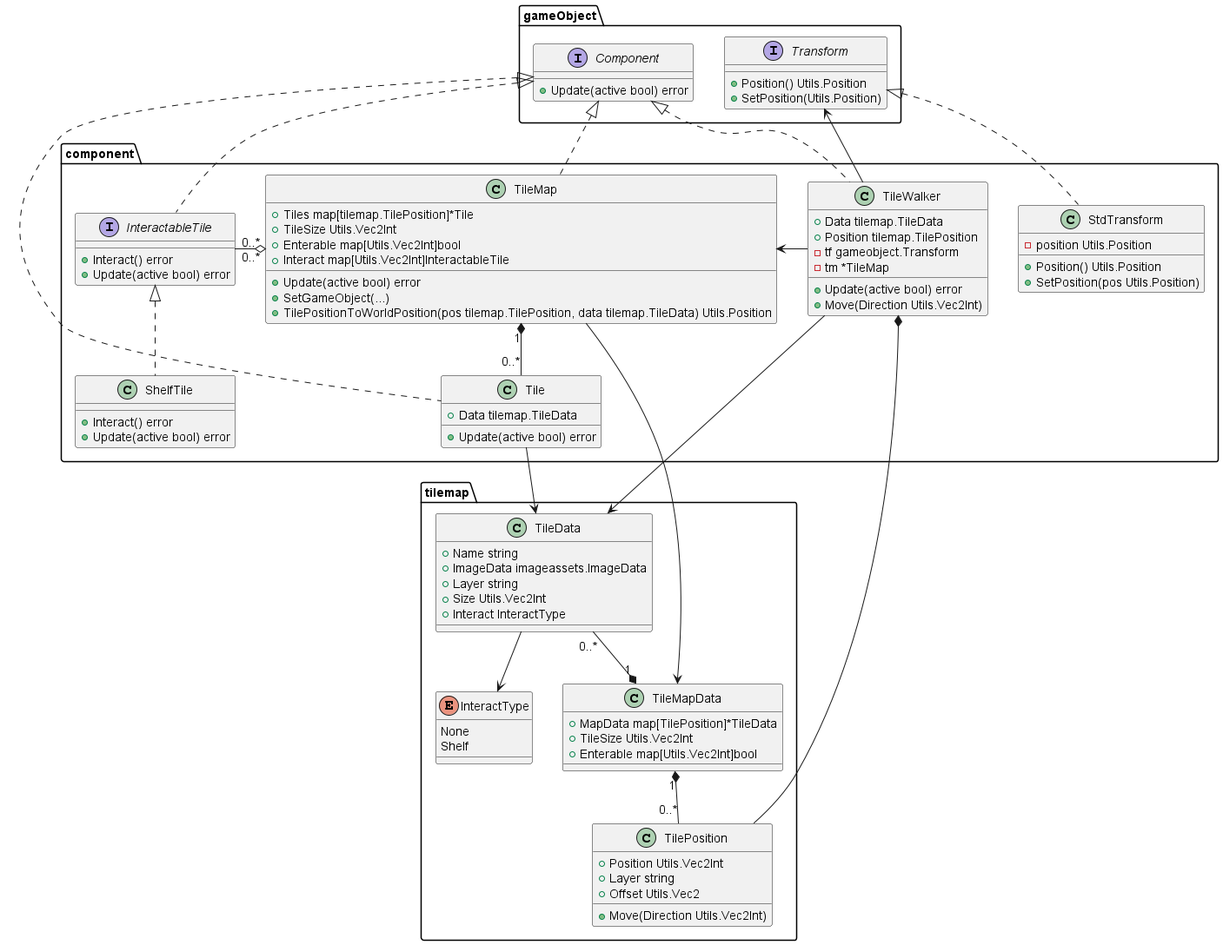
The PlantUML diagram Docs/TileMap_class_diagram.png in kmc-jp/Gamedev_Tempura-of-p--Phenylazo-phenol, before a commit. The source it was exported from:
```plantuml
@startuml TileMap_class_diagram

top to bottom direction

package gameObject {
    interface Transform {
        + Position() Utils.Position
        + SetPosition(Utils.Position)
    }

    interface Component {
        + Update(active bool) error
    }
}

package tilemap {
    class TileData {
        + Name string
        + ImageData imageassets.ImageData
        + Layer string
        + Size Utils.Vec2Int
        + Interact InteractType
    }

    enum InteractType {
        None
        Shelf
    }

    class TileMapData {
        + MapData map[TilePosition]*TileData
        + TileSize Utils.Vec2Int
        + Enterable map[Utils.Vec2Int]bool
    }

    class TilePosition {
        + Position Utils.Vec2Int
        + Layer string
        + Offset Utils.Vec2
        + Move(Direction Utils.Vec2Int)
    }
}

package component {
    class Tile {
        + Data tilemap.TileData
        + Update(active bool) error
    }

    class TileMap {
        + Tiles map[tilemap.TilePosition]*Tile
        + TileSize Utils.Vec2Int
        + Enterable map[Utils.Vec2Int]bool
        + Interact map[Utils.Vec2Int]InteractableTile
        + Update(active bool) error
        + SetGameObject(...)
        + TilePositionToWorldPosition(pos tilemap.TilePosition, data tilemap.TileData) Utils.Position
    }

    class TileWalker {
        + Data tilemap.TileData
        + Position tilemap.TilePosition
        - tf gameobject.Transform
        - tm *TileMap
        + Update(active bool) error
        + Move(Direction Utils.Vec2Int)
    }

    interface InteractableTile {
        + Interact() error
        + Update(active bool) error
    }

    class ShelfTile {
        + Interact() error
        + Update(active bool) error
    }

    class StdTransform {
        - position Utils.Position
        + Position() Utils.Position
        + SetPosition(pos Utils.Position)
    }

}

component.Tile .up.|> gameObject.Component
component.TileMap .up.|> gameObject.Component
component.TileWalker .up.|> gameObject.Component
component.InteractableTile .up.|> gameObject.Component
component.ShelfTile .up.|> component.InteractableTile
component.StdTransform .up.|> gameObject.Transform

component.TileMap "1" *-- "0..*" component.Tile
component.TileMap "0..*" o-right- "0..*" component.InteractableTile
component.TileWalker -right-> component.TileMap
component.TileWalker --> gameObject.Transform
tilemap.TileMapData "1" *-- "0..*" tilemap.TilePosition
tilemap.TileMapData "1" *-up- "0..*" tilemap.TileData
tilemap.TileData --> tilemap.InteractType
component.Tile --> tilemap.TileData
component.TileMap --> tilemap.TileMapData
component.TileWalker --> tilemap.TileData
component.TileWalker *-- tilemap.TilePosition

@enduml
```
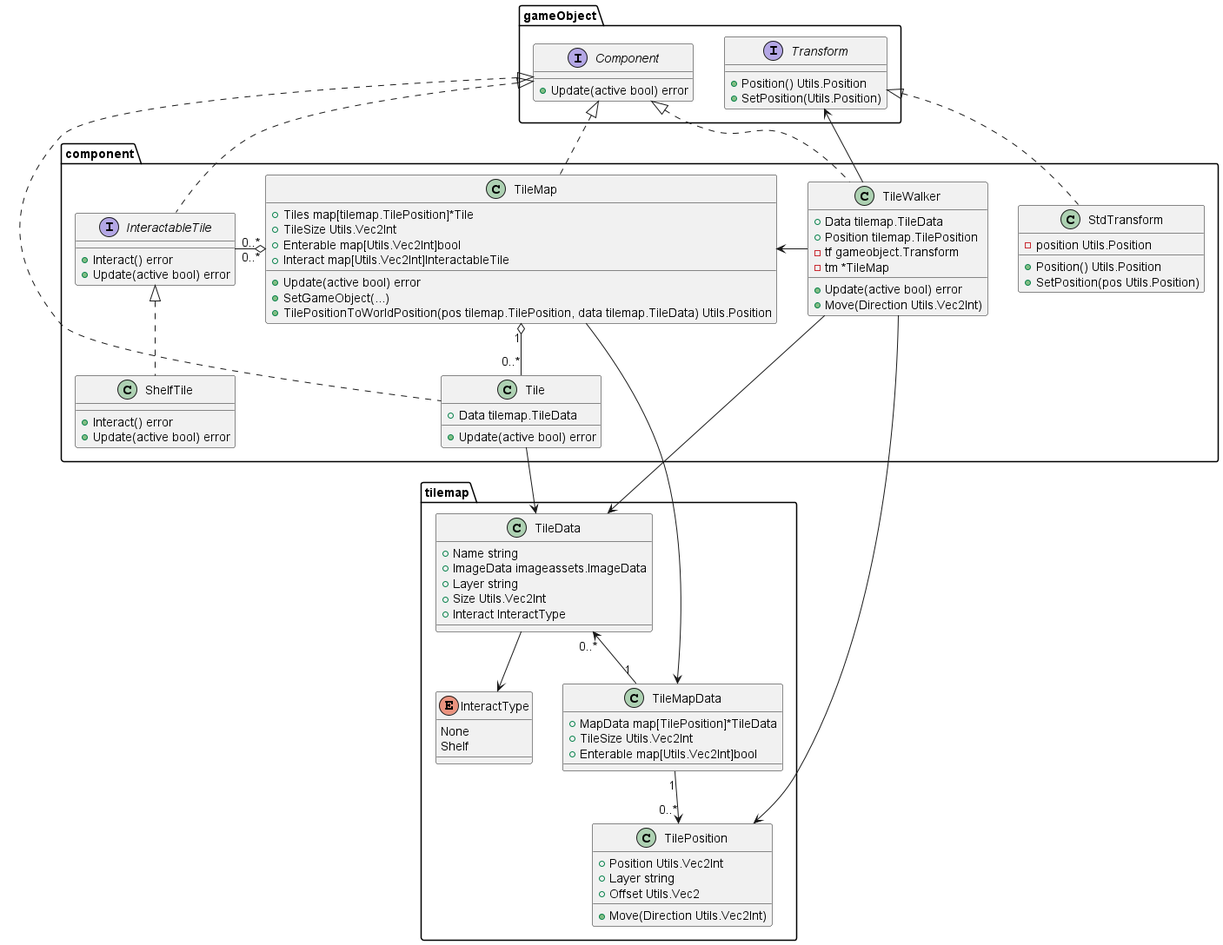
The same diagram one commit later.

Commit message:
依存関係を修正

What changed in the source:
```diff
@@ -91,16 +91,16 @@
 component.ShelfTile .up.|> component.InteractableTile
 component.StdTransform .up.|> gameObject.Transform
 
-component.TileMap "1" *-- "0..*" component.Tile
+component.TileMap "1" o-- "0..*" component.Tile
 component.TileMap "0..*" o-right- "0..*" component.InteractableTile
 component.TileWalker -right-> component.TileMap
 component.TileWalker --> gameObject.Transform
-tilemap.TileMapData "1" *-- "0..*" tilemap.TilePosition
-tilemap.TileMapData "1" *-up- "0..*" tilemap.TileData
+tilemap.TileMapData "1" --> "0..*" tilemap.TilePosition
+tilemap.TileMapData "1" -up-> "0..*" tilemap.TileData
 tilemap.TileData --> tilemap.InteractType
 component.Tile --> tilemap.TileData
 component.TileMap --> tilemap.TileMapData
 component.TileWalker --> tilemap.TileData
-component.TileWalker *-- tilemap.TilePosition
+component.TileWalker --> tilemap.TilePosition
 
 @enduml
```
